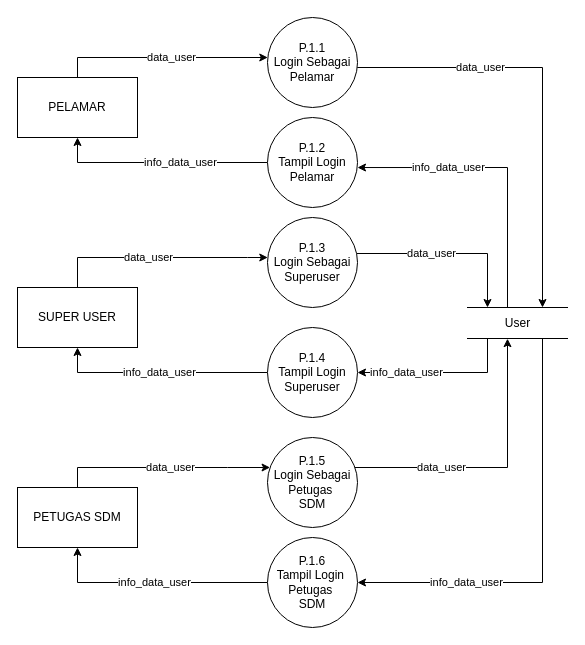
keys2505/tugas-akhir keeps this draw.io diagram as page "DFD P.1" (3 of 8) of DFD v2.drawio. Above is the earlier version. Source tidied: cells renumbered, new cells numbered last; positions are measured from the earlier drawing's top-left corner, leaving out a move shared by most shapes. Both pictures are drawn from the tidied source at 100%, with x=0, y=0 at pixel (17, 17).
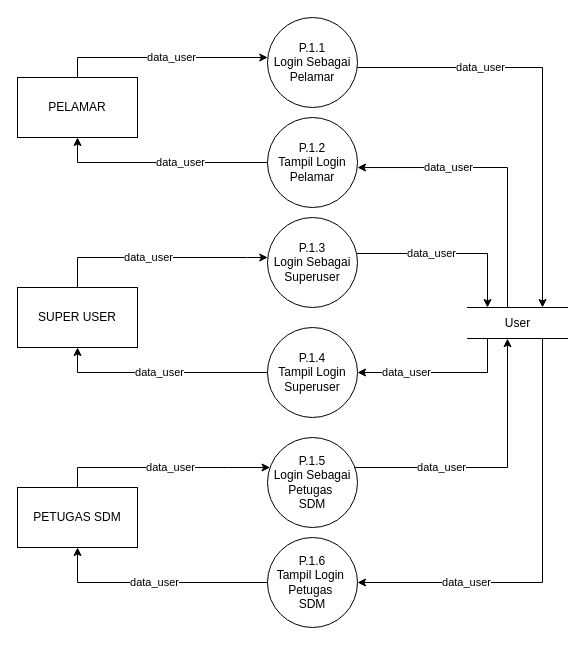
After the change.

The change refers to these unchanged cells:
```xml
<mxCell id="12" value="User" style="html=1;dashed=0;whitespace=wrap;shape=partialRectangle;right=0;left=0;" parent="1" vertex="1">
  <mxGeometry x="450" y="290" width="100" height="31" as="geometry" />
</mxCell>
<mxCell id="14" value="SUPER USER" style="rounded=0;whiteSpace=wrap;html=1;" parent="1" vertex="1">
  <mxGeometry y="270" width="120" height="60" as="geometry" />
</mxCell>
<mxCell id="16" value="PETUGAS SDM" style="rounded=0;whiteSpace=wrap;html=1;" parent="1" vertex="1">
  <mxGeometry y="470" width="120" height="60" as="geometry" />
</mxCell>
<mxCell id="18" value="PELAMAR" style="rounded=0;whiteSpace=wrap;html=1;" parent="1" vertex="1">
  <mxGeometry y="60" width="120" height="60" as="geometry" />
</mxCell>
<mxCell id="21" value="&lt;div&gt;P.1.2&lt;/div&gt;&lt;div&gt;Tampil Login Pelamar&lt;br&gt;&lt;/div&gt;" style="ellipse;whiteSpace=wrap;html=1;" parent="1" vertex="1">
  <mxGeometry x="250" y="100" width="90" height="90" as="geometry" />
</mxCell>
<mxCell id="22" value="&lt;div&gt;P.1.4&lt;/div&gt;&lt;div&gt;Tampil Login Superuser&lt;br&gt;&lt;/div&gt;" style="ellipse;whiteSpace=wrap;html=1;" parent="1" vertex="1">
  <mxGeometry x="250" y="310" width="90" height="90" as="geometry" />
</mxCell>
<mxCell id="23" value="&lt;div&gt;P.1.6&lt;/div&gt;&lt;div&gt;Tampil Login&amp;nbsp; Petugas&amp;nbsp;&lt;br&gt;&lt;/div&gt;SDM" style="ellipse;whiteSpace=wrap;html=1;" parent="1" vertex="1">
  <mxGeometry x="250" y="520" width="90" height="90" as="geometry" />
</mxCell>
```

Change to the diagram source:
```diff
@@
-    <mxCell id="5" value="&lt;span style=&quot;color: rgb(0, 0, 0); font-family: Helvetica; font-size: 11px; font-style: normal; font-variant-ligatures: normal; font-variant-caps: normal; font-weight: 400; letter-spacing: normal; orphans: 2; text-align: center; text-indent: 0px; text-transform: none; widows: 2; word-spacing: 0px; -webkit-text-stroke-width: 0px; background-color: rgb(255, 255, 255); text-decoration-thickness: initial; text-decoration-style: initial; text-decoration-color: initial; float: none; display: inline !important;&quot;&gt;info_data_user&lt;/span&gt;" style="edgeStyle=orthogonalEdgeStyle;rounded=0;jettySize=auto;html=1;entryX=0.5;entryY=1;entryDx=0;entryDy=0;exitX=0;exitY=0.5;exitDx=0;exitDy=0;" parent="1" edge="1" source="22" target="14">
+    <mxCell id="5" value="&lt;span style=&quot;color: rgb(0, 0, 0); font-family: Helvetica; font-size: 11px; font-style: normal; font-variant-ligatures: normal; font-variant-caps: normal; font-weight: 400; letter-spacing: normal; orphans: 2; text-align: center; text-indent: 0px; text-transform: none; widows: 2; word-spacing: 0px; -webkit-text-stroke-width: 0px; background-color: rgb(255, 255, 255); text-decoration-thickness: initial; text-decoration-style: initial; text-decoration-color: initial; float: none; display: inline !important;&quot;&gt;data_user&lt;/span&gt;" style="edgeStyle=orthogonalEdgeStyle;rounded=0;jettySize=auto;html=1;entryX=0.5;entryY=1;entryDx=0;entryDy=0;exitX=0;exitY=0.5;exitDx=0;exitDy=0;" parent="1" edge="1" source="22" target="14">
       <mxGeometry relative="1" as="geometry">
         <Array as="points">
           <mxPoint x="60" y="355" />
         </Array>
       </mxGeometry>
     </mxCell>
@@
-    <mxCell id="9" value="info_data_user" style="edgeStyle=orthogonalEdgeStyle;rounded=0;jettySize=auto;html=1;entryX=1;entryY=0.556;entryDx=0;entryDy=0;exitX=0.25;exitY=0;exitDx=0;exitDy=0;entryPerimeter=0;" parent="1" edge="1" source="12" target="21">
+    <mxCell id="9" value="data_user" style="edgeStyle=orthogonalEdgeStyle;rounded=0;jettySize=auto;html=1;entryX=1;entryY=0.556;entryDx=0;entryDy=0;exitX=0.25;exitY=0;exitDx=0;exitDy=0;entryPerimeter=0;" parent="1" edge="1" source="12" target="21">
       <mxGeometry x="0.4" relative="1" as="geometry">
         <Array as="points">
           <mxPoint x="490" y="290" />
           <mxPoint x="490" y="150" />
         </Array>
       </mxGeometry>
     </mxCell>
-    <mxCell id="10" value="info_data_user" style="edgeStyle=orthogonalEdgeStyle;rounded=0;jettySize=auto;html=1;entryX=1;entryY=0.5;entryDx=0;entryDy=0;" parent="1" edge="1" source="12" target="22">
+    <mxCell id="10" value="data_user" style="edgeStyle=orthogonalEdgeStyle;rounded=0;jettySize=auto;html=1;entryX=1;entryY=0.5;entryDx=0;entryDy=0;" parent="1" edge="1" source="12" target="22">
       <mxGeometry x="0.4" relative="1" as="geometry">
         <Array as="points">
           <mxPoint x="470" y="355" />
         </Array>
       </mxGeometry>
     </mxCell>
-    <mxCell id="11" value="info_data_user" style="edgeStyle=orthogonalEdgeStyle;rounded=0;jettySize=auto;html=1;entryX=1;entryY=0.5;entryDx=0;entryDy=0;exitX=0.75;exitY=1;exitDx=0;exitDy=0;" parent="1" edge="1" source="12" target="23">
+    <mxCell id="11" value="data_user" style="edgeStyle=orthogonalEdgeStyle;rounded=0;jettySize=auto;html=1;entryX=1;entryY=0.5;entryDx=0;entryDy=0;exitX=0.75;exitY=1;exitDx=0;exitDy=0;" parent="1" edge="1" source="12" target="23">
       <mxGeometry x="0.49" relative="1" as="geometry">
         <Array as="points">
           <mxPoint x="525" y="565" />
         </Array>
       </mxGeometry>
     </mxCell>
@@
-    <mxCell id="19" value="&lt;span style=&quot;color: rgb(0, 0, 0); font-family: Helvetica; font-size: 11px; font-style: normal; font-variant-ligatures: normal; font-variant-caps: normal; font-weight: 400; letter-spacing: normal; orphans: 2; text-align: center; text-indent: 0px; text-transform: none; widows: 2; word-spacing: 0px; -webkit-text-stroke-width: 0px; background-color: rgb(255, 255, 255); text-decoration-thickness: initial; text-decoration-style: initial; text-decoration-color: initial; float: none; display: inline !important;&quot;&gt;info_data_user&lt;/span&gt;" style="edgeStyle=orthogonalEdgeStyle;rounded=0;jettySize=auto;html=1;entryX=0.5;entryY=1;entryDx=0;entryDy=0;" parent="1" edge="1" source="21" target="18">
+    <mxCell id="19" value="&lt;span style=&quot;color: rgb(0, 0, 0); font-family: Helvetica; font-size: 11px; font-style: normal; font-variant-ligatures: normal; font-variant-caps: normal; font-weight: 400; letter-spacing: normal; orphans: 2; text-align: center; text-indent: 0px; text-transform: none; widows: 2; word-spacing: 0px; -webkit-text-stroke-width: 0px; background-color: rgb(255, 255, 255); text-decoration-thickness: initial; text-decoration-style: initial; text-decoration-color: initial; float: none; display: inline !important;&quot;&gt;data_user&lt;/span&gt;" style="edgeStyle=orthogonalEdgeStyle;rounded=0;jettySize=auto;html=1;entryX=0.5;entryY=1;entryDx=0;entryDy=0;" parent="1" edge="1" source="21" target="18">
       <mxGeometry x="-0.19" relative="1" as="geometry">
         <Array as="points">
           <mxPoint x="60" y="145" />
         </Array>
       </mxGeometry>
     </mxCell>
-    <mxCell id="20" value="&lt;span style=&quot;color: rgb(0, 0, 0); font-family: Helvetica; font-size: 11px; font-style: normal; font-variant-ligatures: normal; font-variant-caps: normal; font-weight: 400; letter-spacing: normal; orphans: 2; text-align: center; text-indent: 0px; text-transform: none; widows: 2; word-spacing: 0px; -webkit-text-stroke-width: 0px; background-color: rgb(255, 255, 255); text-decoration-thickness: initial; text-decoration-style: initial; text-decoration-color: initial; float: none; display: inline !important;&quot;&gt;info_data_user&lt;/span&gt;" style="edgeStyle=orthogonalEdgeStyle;rounded=0;jettySize=auto;html=1;entryX=0.5;entryY=1;entryDx=0;entryDy=0;exitX=0;exitY=0.5;exitDx=0;exitDy=0;" parent="1" edge="1" source="23" target="16">
+    <mxCell id="20" value="&lt;span style=&quot;color: rgb(0, 0, 0); font-family: Helvetica; font-size: 11px; font-style: normal; font-variant-ligatures: normal; font-variant-caps: normal; font-weight: 400; letter-spacing: normal; orphans: 2; text-align: center; text-indent: 0px; text-transform: none; widows: 2; word-spacing: 0px; -webkit-text-stroke-width: 0px; background-color: rgb(255, 255, 255); text-decoration-thickness: initial; text-decoration-style: initial; text-decoration-color: initial; float: none; display: inline !important;&quot;&gt;data_user&lt;/span&gt;" style="edgeStyle=orthogonalEdgeStyle;rounded=0;jettySize=auto;html=1;entryX=0.5;entryY=1;entryDx=0;entryDy=0;exitX=0;exitY=0.5;exitDx=0;exitDy=0;" parent="1" edge="1" source="23" target="16">
       <mxGeometry relative="1" as="geometry">
         <Array as="points">
           <mxPoint x="60" y="565" />
         </Array>
       </mxGeometry>
     </mxCell>
```
